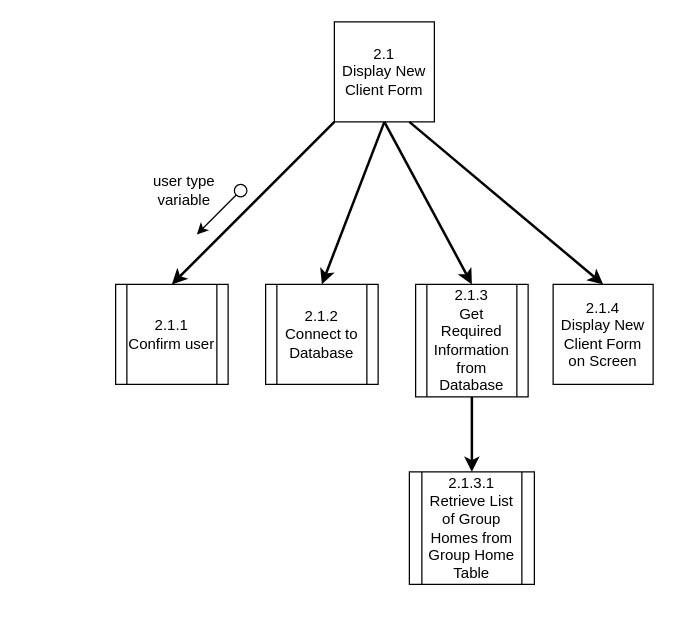
Before: page "2.1: Display New Client Form" (1 of 2) of Diagrams/StructureCharts/Proc2CreateClient.drawio in Harlento/SchedulingSystem, a draw.io diagram. Source tidied: cells renumbered, new cells numbered last; positions are measured from the earlier drawing's top-left corner, leaving out a move shared by most shapes. Both pictures are drawn from the tidied source at 125%, with x=0, y=0 at pixel (115, 21).
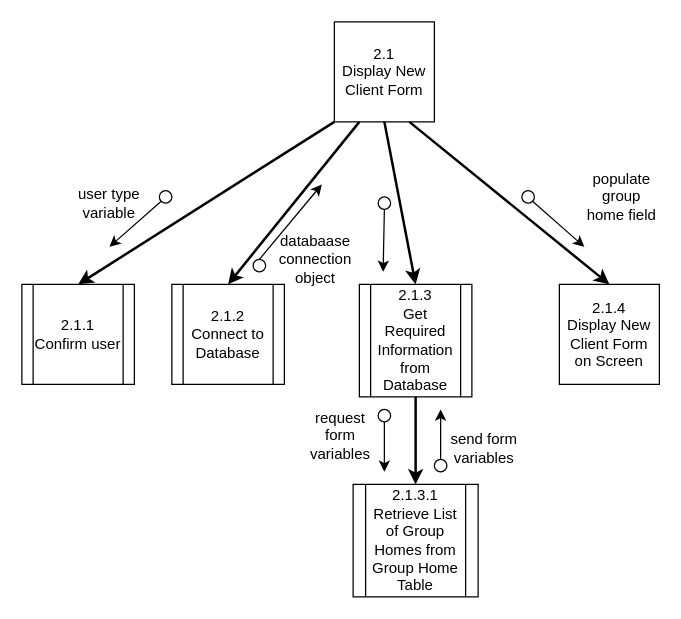
The same page after the edit.

Unchanged cells that the change refers to:
```xml
<mxCell id="2" value="2.1&lt;br&gt;Display New Client Form" style="whiteSpace=wrap;html=1;" parent="1" vertex="1">
  <mxGeometry x="175" width="80" height="80" as="geometry" />
</mxCell>
```

Change to the diagram source:
```diff
@@
     <mxCell id="3" value="2.1.4&lt;br&gt;Display New Client Form on Screen" style="whiteSpace=wrap;html=1;" parent="1" vertex="1">
-      <mxGeometry x="350" y="210" width="80" height="80" as="geometry" />
+      <mxGeometry x="355" y="210" width="80" height="80" as="geometry" />
     </mxCell>
@@
     <mxCell id="6" value="2.1.3.1&lt;br&gt;Retrieve List of Group Homes from Group Home Table" style="shape=process;whiteSpace=wrap;html=1;backgroundOutline=1;" parent="1" vertex="1">
-      <mxGeometry x="235" y="360" width="100" height="90" as="geometry" />
+      <mxGeometry x="190" y="370" width="100" height="90" as="geometry" />
     </mxCell>
@@
     <mxCell id="8" value="2.1.3&lt;br&gt;Get Required Information from Database" style="shape=process;whiteSpace=wrap;html=1;backgroundOutline=1;" parent="1" vertex="1">
-      <mxGeometry x="240" y="210" width="90" height="90" as="geometry" />
+      <mxGeometry x="195" y="210" width="90" height="90" as="geometry" />
     </mxCell>
     <mxCell id="9" value="2.1.2&lt;br&gt;Connect to Database" style="shape=process;whiteSpace=wrap;html=1;backgroundOutline=1;" parent="1" vertex="1">
-      <mxGeometry x="120" y="210" width="90" height="80" as="geometry" />
+      <mxGeometry x="45" y="210" width="90" height="80" as="geometry" />
     </mxCell>
-    <mxCell id="10" style="endArrow=classic;html=1;strokeWidth=2;entryX=0.5;entryY=0;entryDx=0;entryDy=0;exitX=0.5;exitY=1;exitDx=0;exitDy=0;" parent="1" edge="1" source="2" target="9">
+    <mxCell id="10" style="endArrow=classic;html=1;strokeWidth=2;entryX=0.5;entryY=0;entryDx=0;entryDy=0;exitX=0.25;exitY=1;exitDx=0;exitDy=0;" parent="1" edge="1" source="2" target="9">
       <mxGeometry relative="1" as="geometry" />
     </mxCell>
     <mxCell id="11" value="2.1.1&lt;br&gt;Confirm user" style="shape=process;whiteSpace=wrap;html=1;backgroundOutline=1;" parent="1" vertex="1">
-      <mxGeometry y="210" width="90" height="80" as="geometry" />
+      <mxGeometry x="-75" y="210" width="90" height="80" as="geometry" />
     </mxCell>
@@
     <mxCell id="13" style="endArrow=classic;html=1;exitX=0;exitY=1;exitDx=0;exitDy=0;" parent="1" edge="1" source="14">
       <mxGeometry relative="1" as="geometry">
-        <mxPoint x="65" y="170" as="targetPoint" />
+        <mxPoint x="-5" y="180" as="targetPoint" />
       </mxGeometry>
     </mxCell>
     <mxCell id="14" style="ellipse;whiteSpace=wrap;html=1;fillColor=#FFFFFF;" parent="1" vertex="1">
-      <mxGeometry x="95" y="130" width="10" height="10" as="geometry" />
+      <mxGeometry x="35" y="135" width="10" height="10" as="geometry" />
     </mxCell>
     <mxCell id="15" value="user type variable" style="text;html=1;strokeColor=none;fillColor=none;align=center;verticalAlign=middle;whiteSpace=wrap;rounded=0;" parent="1" vertex="1">
-      <mxGeometry x="25" y="125" width="60" height="20" as="geometry" />
+      <mxGeometry x="-35" y="135" width="60" height="20" as="geometry" />
     </mxCell>
+    <mxCell id="16" style="endArrow=classic;html=1;exitX=0.5;exitY=0;exitDx=0;exitDy=0;" parent="1" edge="1" source="17">
+      <mxGeometry relative="1" as="geometry">
+        <mxPoint x="165" y="130" as="targetPoint" />
+      </mxGeometry>
+    </mxCell>
+    <mxCell id="17" style="ellipse;whiteSpace=wrap;html=1;fillColor=#FFFFFF;" parent="1" vertex="1">
+      <mxGeometry x="110" y="190" width="10" height="10" as="geometry" />
+    </mxCell>
+    <mxCell id="18" value="databaase connection object" style="text;html=1;strokeColor=none;fillColor=none;align=center;verticalAlign=middle;whiteSpace=wrap;rounded=0;" parent="1" vertex="1">
+      <mxGeometry x="130" y="180" width="60" height="20" as="geometry" />
+    </mxCell>
+    <mxCell id="19" style="endArrow=classic;html=1;exitX=0.5;exitY=1;exitDx=0;exitDy=0;" parent="1" edge="1" source="20">
+      <mxGeometry relative="1" as="geometry">
+        <mxPoint x="214" y="200" as="targetPoint" />
+      </mxGeometry>
+    </mxCell>
+    <mxCell id="20" style="ellipse;whiteSpace=wrap;html=1;fillColor=#FFFFFF;" parent="1" vertex="1">
+      <mxGeometry x="210" y="140" width="10" height="10" as="geometry" />
+    </mxCell>
+    <mxCell id="21" style="endArrow=classic;html=1;exitX=0.5;exitY=1;exitDx=0;exitDy=0;" parent="1" edge="1" source="22">
+      <mxGeometry relative="1" as="geometry">
+        <mxPoint x="260" y="310" as="targetPoint" />
+      </mxGeometry>
+    </mxCell>
+    <mxCell id="22" style="ellipse;whiteSpace=wrap;html=1;fillColor=#FFFFFF;" parent="1" vertex="1">
+      <mxGeometry x="255" y="350" width="10" height="10" as="geometry" />
+    </mxCell>
+    <mxCell id="23" style="endArrow=classic;html=1;exitX=0.5;exitY=1;exitDx=0;exitDy=0;" parent="1" edge="1" source="24">
+      <mxGeometry relative="1" as="geometry">
+        <mxPoint x="215" y="360" as="targetPoint" />
+      </mxGeometry>
+    </mxCell>
+    <mxCell id="24" style="ellipse;whiteSpace=wrap;html=1;fillColor=#FFFFFF;" parent="1" vertex="1">
+      <mxGeometry x="210" y="310" width="10" height="10" as="geometry" />
+    </mxCell>
+    <mxCell id="25" value="request form variables" style="text;html=1;strokeColor=none;fillColor=none;align=center;verticalAlign=middle;whiteSpace=wrap;rounded=0;" parent="1" vertex="1">
+      <mxGeometry x="150" y="330" width="60" as="geometry" />
+    </mxCell>
+    <mxCell id="26" value="send form variables" style="text;html=1;strokeColor=none;fillColor=none;align=center;verticalAlign=middle;whiteSpace=wrap;rounded=0;" parent="1" vertex="1">
+      <mxGeometry x="265" y="340" width="60" as="geometry" />
+    </mxCell>
+    <mxCell id="27" style="endArrow=classic;html=1;exitX=1;exitY=1;exitDx=0;exitDy=0;" parent="1" edge="1" source="28">
+      <mxGeometry relative="1" as="geometry">
+        <mxPoint x="375" y="180" as="targetPoint" />
+      </mxGeometry>
+    </mxCell>
+    <mxCell id="28" style="ellipse;whiteSpace=wrap;html=1;fillColor=#FFFFFF;" parent="1" vertex="1">
+      <mxGeometry x="325" y="135" width="10" height="10" as="geometry" />
+    </mxCell>
+    <mxCell id="29" value="populate group home field" style="text;html=1;strokeColor=none;fillColor=none;align=center;verticalAlign=middle;whiteSpace=wrap;rounded=0;" parent="1" vertex="1">
+      <mxGeometry x="375" y="130" width="60" height="20" as="geometry" />
+    </mxCell>
```
